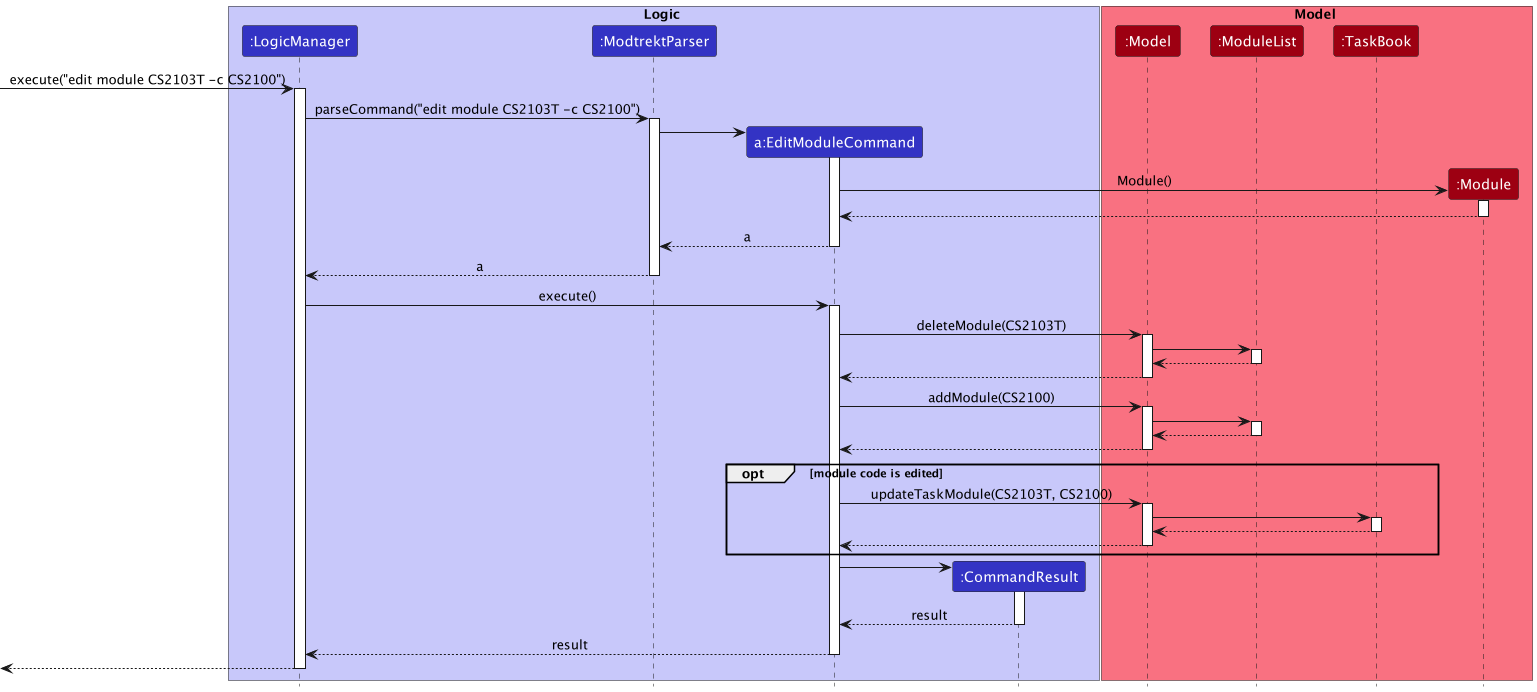
nus-cs2103-AY2223S1/tp keeps this PlantUML diagram as docs/images/ModulePUMLs/EditModule/ModuleEditSequenceDiagram.png. Above is the earlier version. The source it was exported from:
```plantuml
@startuml
!include ../../style.puml

box Logic LOGIC_COLOR_T1
participant ":LogicManager" as LogicManager LOGIC_COLOR
participant ":ModtrektParser" as ModtrektParser LOGIC_COLOR
participant "a:EditModuleCommand" as EditModuleCommand LOGIC_COLOR
participant ":CommandResult" as CommandResult LOGIC_COLOR

end box

box Model MODEL_COLOR_T1
participant ":Model" as Model MODEL_COLOR
participant ":ModuleList" as ModuleList MODEL_COLOR
participant ":TaskBook" as TaskBook MODEL_COLOR
participant ":Module" as Module MODEL_COLOR
end box

[-> LogicManager : execute("edit module CS2103T -c CS2100")
activate LogicManager

LogicManager -> ModtrektParser : parseCommand("edit module CS2103T -c CS2100")
activate ModtrektParser

create EditModuleCommand
ModtrektParser -> EditModuleCommand
activate EditModuleCommand

create Module
EditModuleCommand -> Module : Module()
activate Module

Module --> EditModuleCommand
deactivate Module

EditModuleCommand --> ModtrektParser : a
deactivate EditModuleCommand

ModtrektParser --> LogicManager : a
deactivate ModtrektParser

LogicManager -> EditModuleCommand : execute()
activate EditModuleCommand

EditModuleCommand -> Model : deleteModule(CS2103T)
activate Model

Model -> ModuleList
activate ModuleList

ModuleList --> Model
deactivate ModuleList

Model --> EditModuleCommand
deactivate Model

EditModuleCommand -> Model : addModule(CS2100)
activate Model

Model -> ModuleList
activate ModuleList

ModuleList --> Model
deactivate ModuleList

Model --> EditModuleCommand
deactivate Model

opt module code is edited
    EditModuleCommand -> Model  : updateTaskModule(CS2103T, CS2100)
    activate Model

    Model -> TaskBook
    activate TaskBook

    TaskBook --> Model
    deactivate TaskBook

    Model --> EditModuleCommand
    deactivate Model
end

create CommandResult
EditModuleCommand -> CommandResult
activate CommandResult

CommandResult --> EditModuleCommand : result
deactivate CommandResult

EditModuleCommand --> LogicManager : result
deactivate EditModuleCommand

[<--LogicManager
deactivate LogicManager
@enduml
```
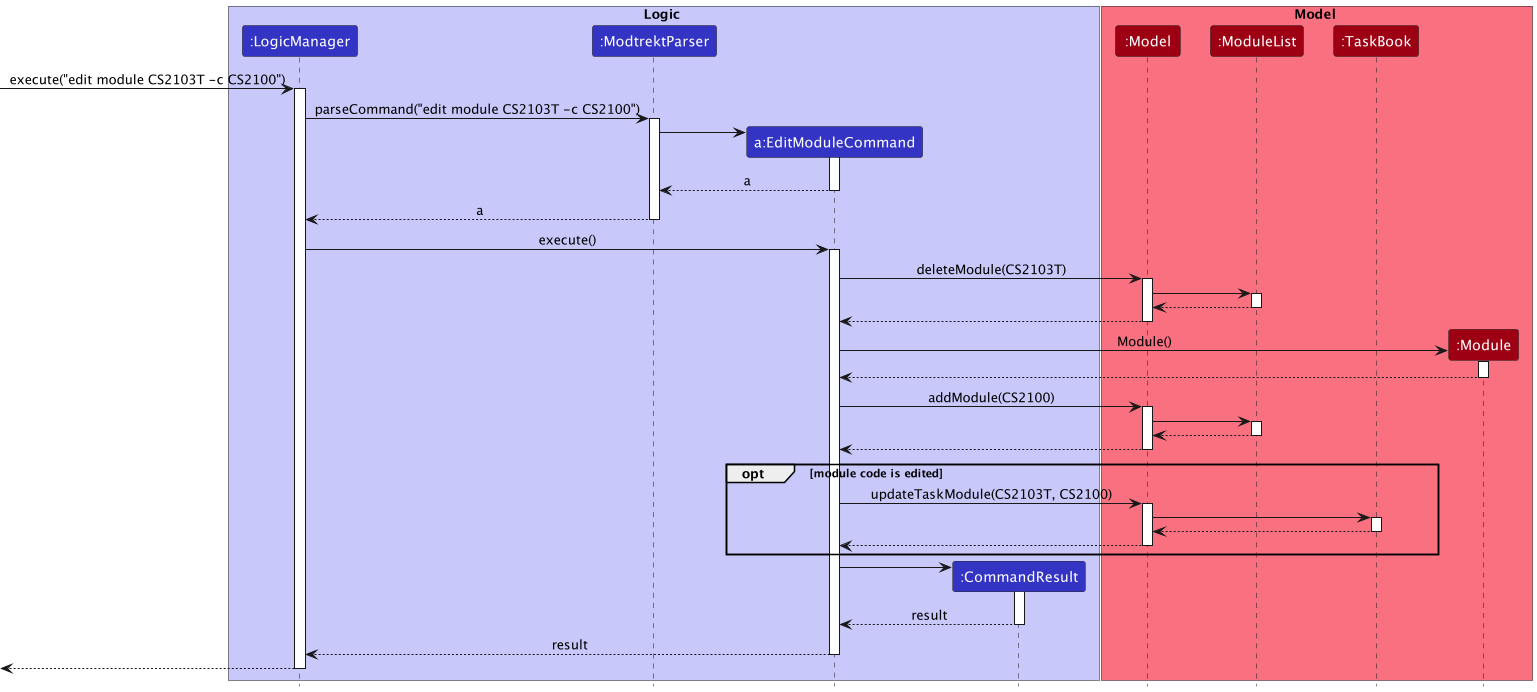
After the change.

Change to the diagram source:
```diff
@@ -26,13 +26,6 @@
 ModtrektParser -> EditModuleCommand
 activate EditModuleCommand
 
-create Module
-EditModuleCommand -> Module : Module()
-activate Module
-
-Module --> EditModuleCommand
-deactivate Module
-
 EditModuleCommand --> ModtrektParser : a
 deactivate EditModuleCommand
 
@@ -53,6 +46,13 @@
 
 Model --> EditModuleCommand
 deactivate Model
+
+create Module
+EditModuleCommand -> Module : Module()
+activate Module
+
+Module --> EditModuleCommand
+deactivate Module
 
 EditModuleCommand -> Model : addModule(CS2100)
 activate Model
```
